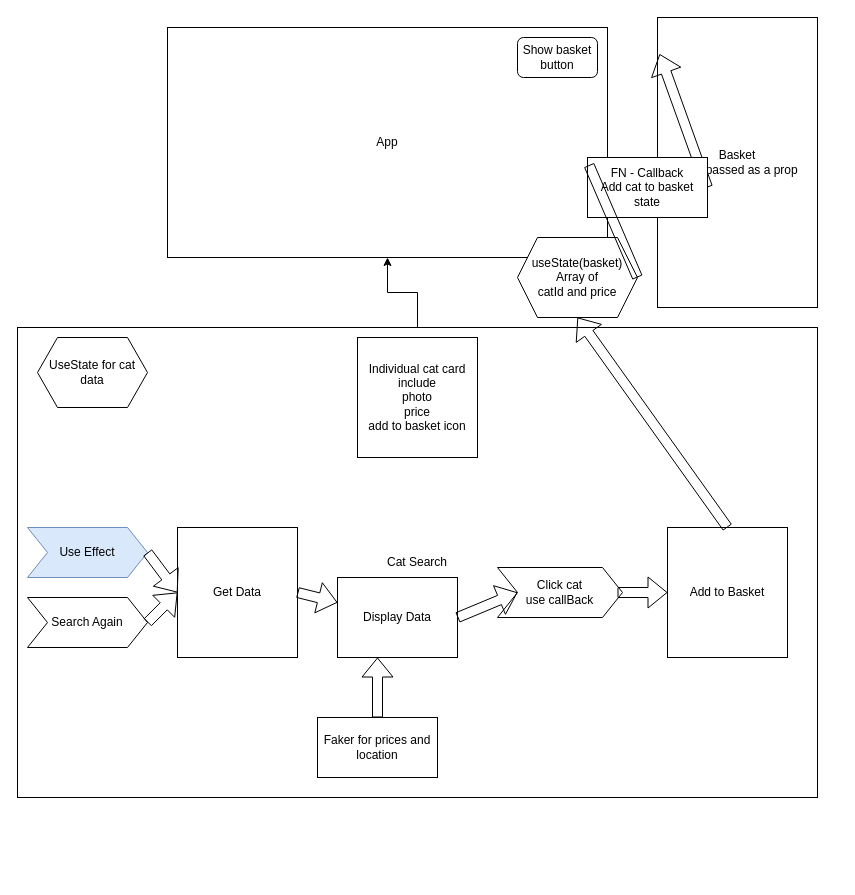
This is src/Cat Project.drawio from ijwilliamson/cats4life_grp2, a draw.io file, before an edit. Source tidied: cells renumbered, new cells numbered last; positions are measured from the earlier drawing's top-left corner, leaving out a move shared by most shapes. Both pictures are drawn from the tidied source at 100%, with x=0, y=0 at pixel (17, 17).
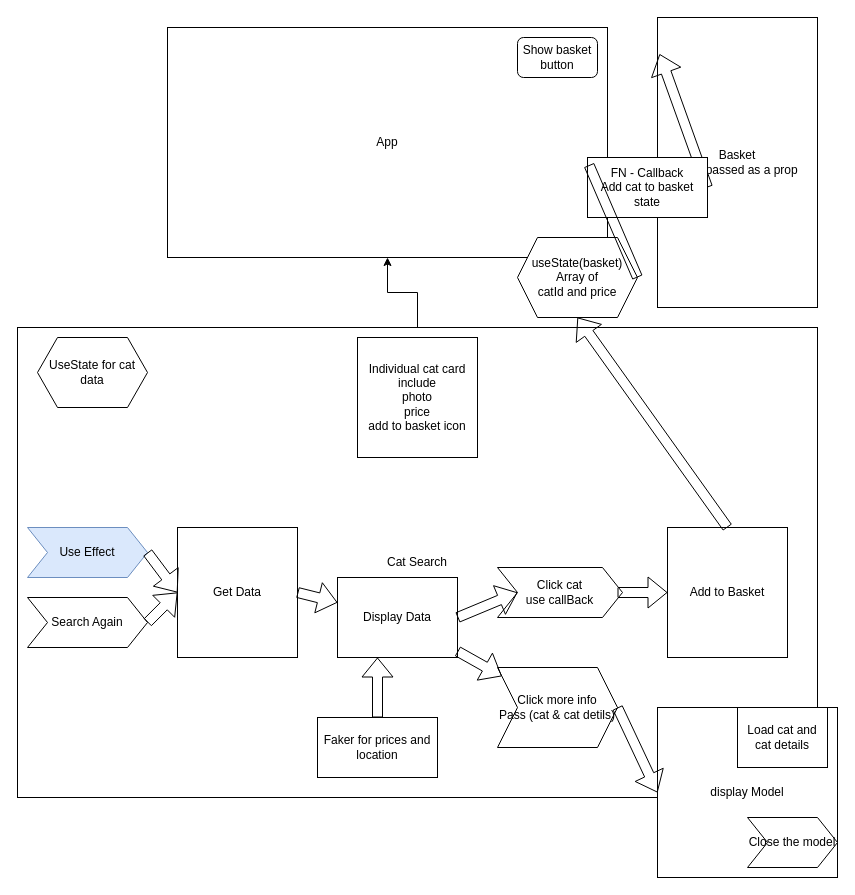
The same page after the edit.

The change refers to these unchanged cells:
```xml
<mxCell id="5" value="Display Data" style="rounded=0;whiteSpace=wrap;html=1;" parent="1" vertex="1">
  <mxGeometry x="320" y="560" width="120" height="80" as="geometry" />
</mxCell>
```

Diff of the diagram source:
```diff
@@
+    <mxCell id="27" value="Click more info&lt;br&gt;Pass (cat &amp;amp; cat detils)" style="shape=step;perimeter=stepPerimeter;whiteSpace=wrap;html=1;fixedSize=1;" parent="1" vertex="1">
+      <mxGeometry x="480" y="650" width="120" height="80" as="geometry" />
+    </mxCell>
+    <mxCell id="28" value="display Model" style="rounded=0;whiteSpace=wrap;html=1;" parent="1" vertex="1">
+      <mxGeometry x="640" y="690" width="180" height="170" as="geometry" />
+    </mxCell>
+    <mxCell id="29" value="Load cat and cat details" style="rounded=0;whiteSpace=wrap;html=1;" parent="1" vertex="1">
+      <mxGeometry x="720" y="690" width="90" height="60" as="geometry" />
+    </mxCell>
+    <mxCell id="30" value="Close the model" style="shape=step;perimeter=stepPerimeter;whiteSpace=wrap;html=1;fixedSize=1;" parent="1" vertex="1">
+      <mxGeometry x="730" y="800" width="90" height="50" as="geometry" />
+    </mxCell>
+    <mxCell id="31" style="shape=flexArrow;endArrow=classic;html=1;rounded=0;" parent="1" edge="1" source="5" target="27">
+      <mxGeometry relative="1" as="geometry" />
+    </mxCell>
+    <mxCell id="32" style="shape=flexArrow;endArrow=classic;html=1;entryX=0;entryY=0.5;entryDx=0;entryDy=0;exitX=1;exitY=0.5;exitDx=0;exitDy=0;" parent="1" edge="1" source="27" target="28">
+      <mxGeometry relative="1" as="geometry" />
+    </mxCell>
```
